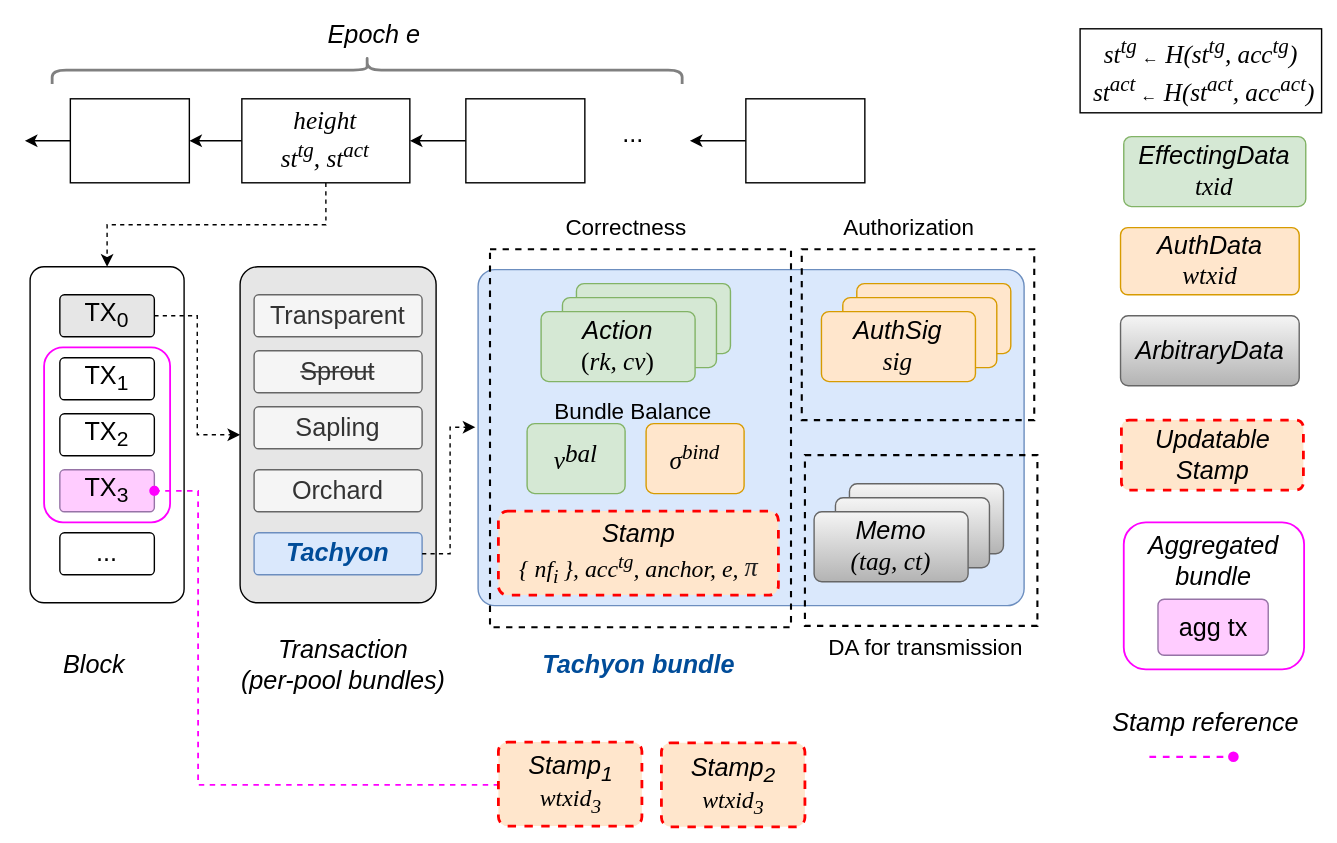
Earlier version of the draw.io export book/src/assets/tachyon_tx.svg (alxiong/tachyon). Source tidied: cells renumbered, new cells last; positions are measured from the earlier drawing's top-left corner, leaving out a move shared by most shapes.
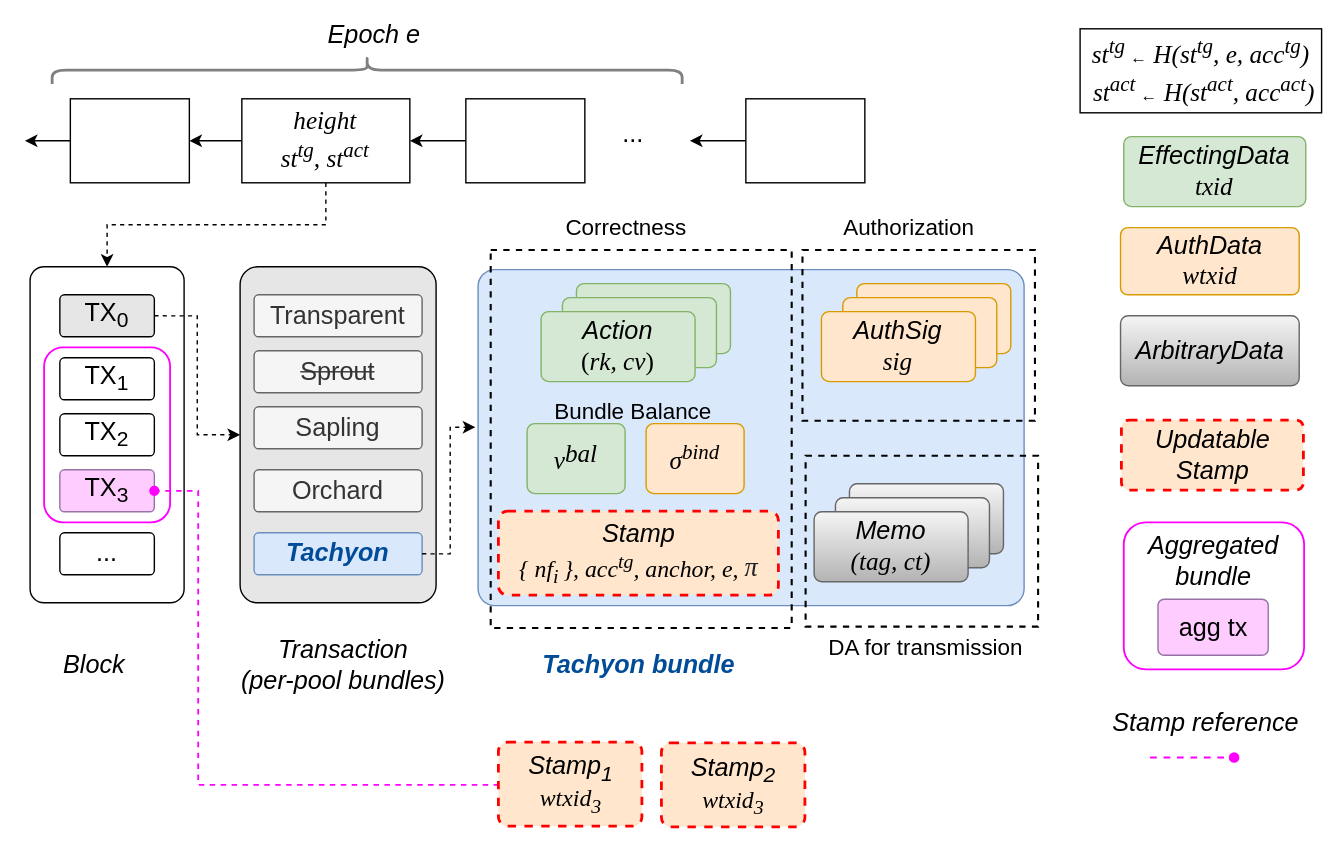
Above is the later version.

Commit message:
fix: bound epoch to each anchor tick

Change to the diagram source:
```diff
@@ -126,7 +126,7 @@
     <mxCell id="41" value="&lt;span style=&quot;font-size: 18px;&quot;&gt;&lt;i&gt;AuthData&lt;/i&gt;&lt;br&gt;&lt;i style=&quot;&quot;&gt;&lt;font face=&quot;Garamond&quot;&gt;wtxid&lt;/font&gt;&lt;/i&gt;&lt;/span&gt;" style="rounded=1;whiteSpace=wrap;html=1;arcSize=11;fillColor=#ffe6cc;strokeColor=#d79b00;" parent="1" vertex="1">
       <mxGeometry x="782.9" y="337" width="127.6" height="48" as="geometry" />
     </mxCell>
-    <mxCell id="42" value="&lt;div&gt;&lt;font style=&quot;font-size: 18px;&quot; face=&quot;Garamond&quot;&gt;&lt;i&gt;st&lt;sup style=&quot;&quot;&gt;tg&amp;nbsp;&lt;/sup&gt;&lt;/i&gt;&lt;/font&gt;&lt;span style=&quot;background-color: transparent; color: light-dark(rgb(0, 0, 0), rgb(255, 255, 255));&quot;&gt;←&lt;/span&gt;&lt;i style=&quot;background-color: transparent; color: light-dark(rgb(0, 0, 0), rgb(255, 255, 255)); font-size: 18px; font-family: Garamond;&quot;&gt;&amp;nbsp;H(st&lt;sup&gt;tg&lt;/sup&gt;, acc&lt;sup&gt;tg&lt;/sup&gt;)&lt;br&gt;&amp;nbsp;&lt;/i&gt;&lt;font face=&quot;Garamond&quot; style=&quot;background-color: transparent; color: light-dark(rgb(0, 0, 0), rgb(255, 255, 255)); font-size: 18px;&quot;&gt;&lt;i&gt;st&lt;sup&gt;act&amp;nbsp;&lt;/sup&gt;&lt;/i&gt;&lt;/font&gt;&lt;span style=&quot;background-color: transparent; color: light-dark(rgb(0, 0, 0), rgb(255, 255, 255));&quot;&gt;←&lt;/span&gt;&lt;i style=&quot;background-color: transparent; color: light-dark(rgb(0, 0, 0), rgb(255, 255, 255)); font-size: 18px; font-family: Garamond;&quot;&gt; H(st&lt;sup&gt;act&lt;/sup&gt;, acc&lt;sup&gt;act&lt;/sup&gt;)&lt;/i&gt;&lt;/div&gt;" style="rounded=0;whiteSpace=wrap;html=1;" parent="1" vertex="1">
+    <mxCell id="42" value="&lt;div&gt;&lt;font style=&quot;font-size: 18px;&quot; face=&quot;Garamond&quot;&gt;&lt;i&gt;st&lt;sup style=&quot;&quot;&gt;tg&amp;nbsp;&lt;/sup&gt;&lt;/i&gt;&lt;/font&gt;&lt;span style=&quot;background-color: transparent; color: light-dark(rgb(0, 0, 0), rgb(255, 255, 255));&quot;&gt;←&lt;/span&gt;&lt;i style=&quot;background-color: transparent; color: light-dark(rgb(0, 0, 0), rgb(255, 255, 255)); font-size: 18px; font-family: Garamond;&quot;&gt;&amp;nbsp;H(st&lt;sup&gt;tg&lt;/sup&gt;, e, acc&lt;sup&gt;tg&lt;/sup&gt;)&lt;br&gt;&amp;nbsp;&lt;/i&gt;&lt;font face=&quot;Garamond&quot; style=&quot;background-color: transparent; color: light-dark(rgb(0, 0, 0), rgb(255, 255, 255)); font-size: 18px;&quot;&gt;&lt;i&gt;st&lt;sup&gt;act&amp;nbsp;&lt;/sup&gt;&lt;/i&gt;&lt;/font&gt;&lt;span style=&quot;background-color: transparent; color: light-dark(rgb(0, 0, 0), rgb(255, 255, 255));&quot;&gt;←&lt;/span&gt;&lt;i style=&quot;background-color: transparent; color: light-dark(rgb(0, 0, 0), rgb(255, 255, 255)); font-size: 18px; font-family: Garamond;&quot;&gt; H(st&lt;sup&gt;act&lt;/sup&gt;, acc&lt;sup&gt;act&lt;/sup&gt;)&lt;/i&gt;&lt;/div&gt;" style="rounded=0;whiteSpace=wrap;html=1;" parent="1" vertex="1">
       <mxGeometry x="754" y="195" width="172.5" height="60" as="geometry" />
     </mxCell>
     <mxCell id="43" value="&lt;font style=&quot;font-size: 16px;&quot;&gt;Correctness&lt;/font&gt;" style="text;html=1;whiteSpace=wrap;strokeColor=none;fillColor=none;align=center;verticalAlign=middle;rounded=0;" parent="1" vertex="1">
```
